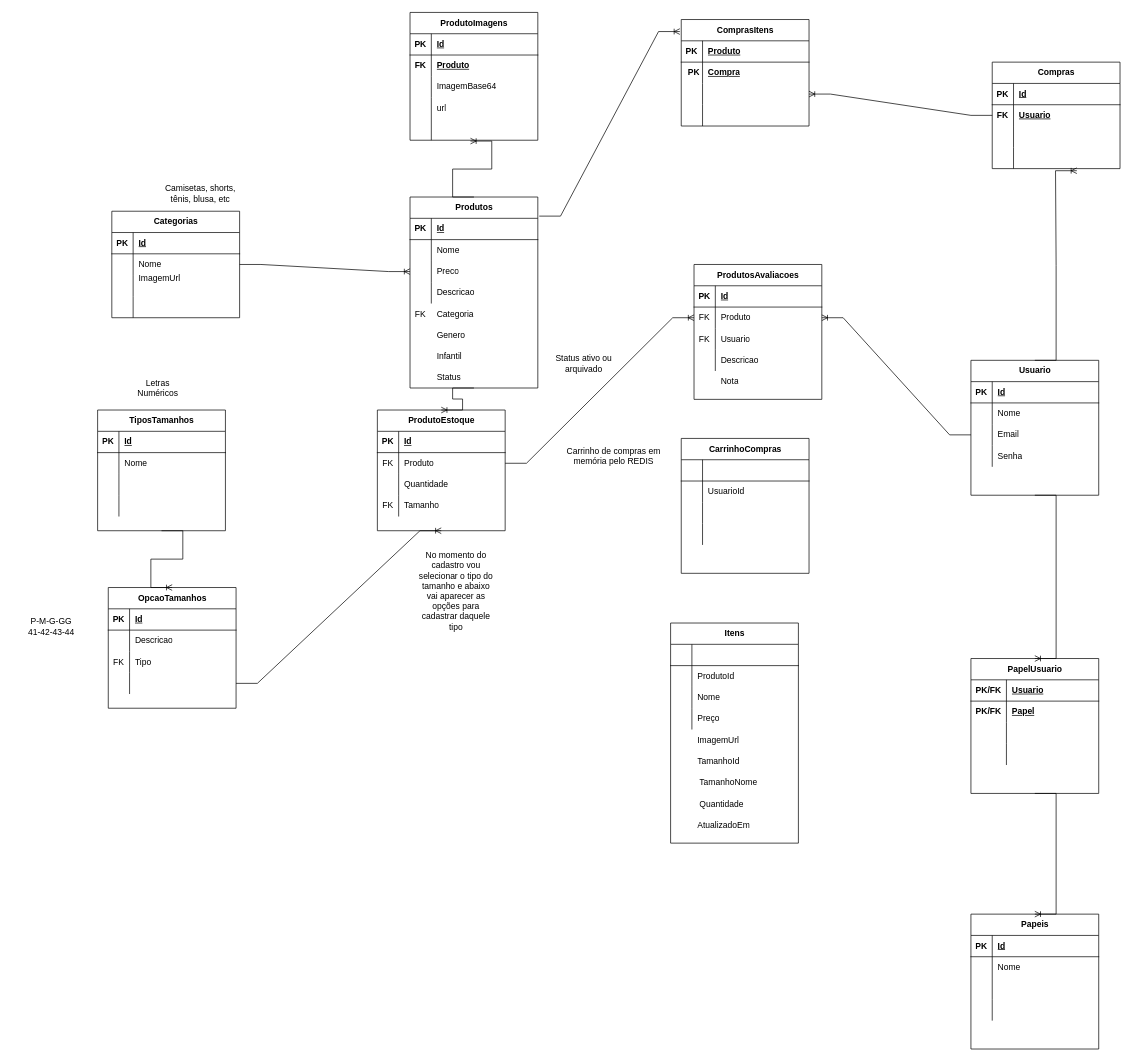
This is DER.drawio from Antonio-Zago/EcommerceModelo, a draw.io file, before an edit. Source tidied: cells renumbered, new cells numbered last; positions are measured from the earlier drawing's top-left corner, leaving out a move shared by most shapes. Both pictures are drawn from the tidied source at 71%, with x=0, y=0 at pixel (12, 12).
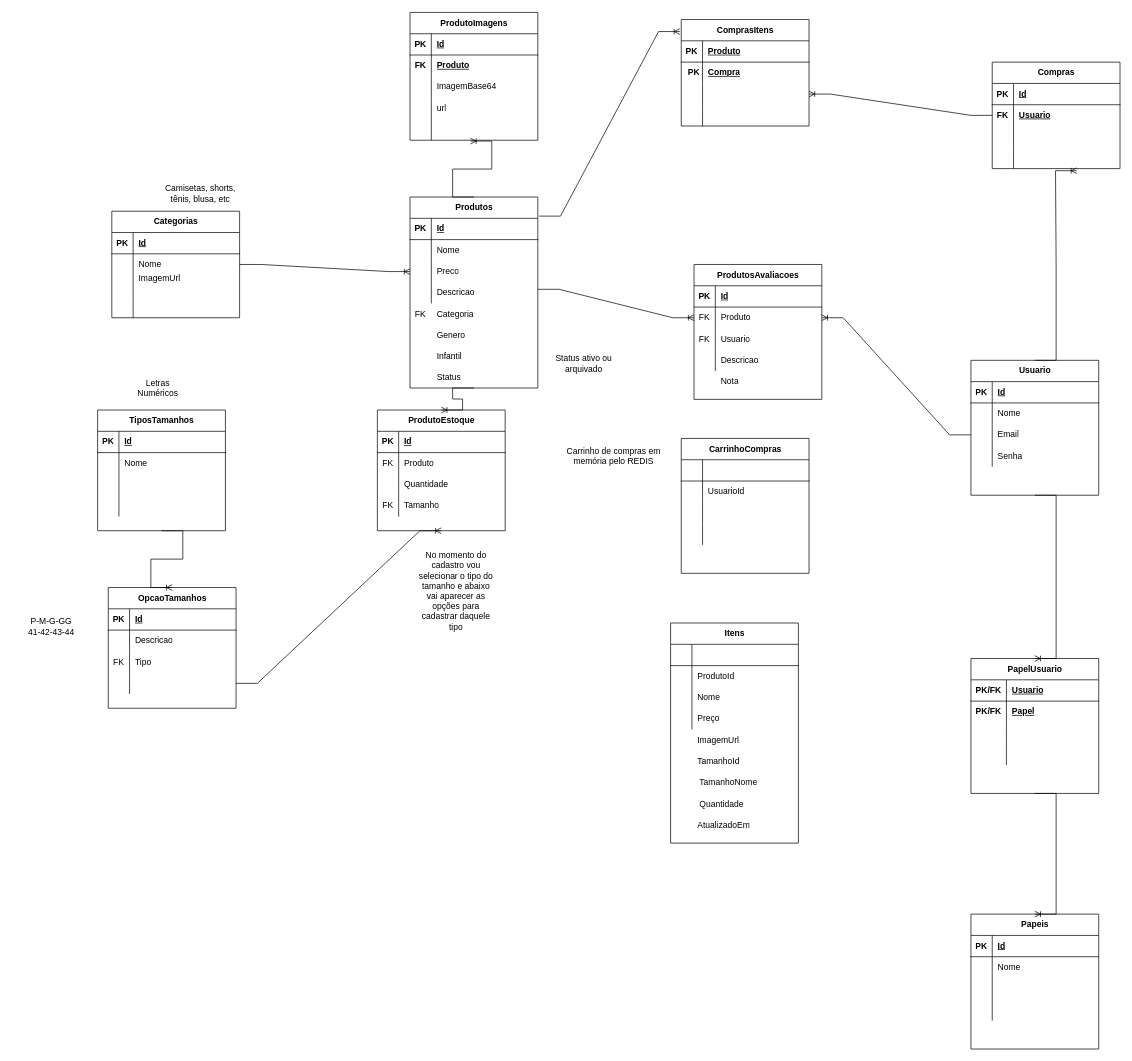
Above is the later version.

Unchanged cells that the change refers to:
```xml
<mxCell id="117" style="shape=tableRow;horizontal=0;startSize=0;swimlaneHead=0;swimlaneBody=0;fillColor=none;points=[[0,0.5],[1,0.5]];portConstraint=eastwest;top=0;left=0;right=0;bottom=0;" parent="113" vertex="1">
  <mxGeometry y="60" width="180" height="30" as="geometry" />
</mxCell>
<mxCell id="219" style="shape=tableRow;horizontal=0;startSize=0;swimlaneHead=0;swimlaneBody=0;fillColor=none;points=[[0,0.5],[1,0.5]];portConstraint=eastwest;top=0;left=0;right=0;bottom=0;" parent="215" vertex="1">
  <mxGeometry y="60" width="180" height="30" as="geometry" />
</mxCell>
```

The edit, as a diff of the source:
```diff
@@
-    <mxCell id="228" style="edgeStyle=entityRelationEdgeStyle;fontSize=12;html=1;endArrow=ERoneToMany;rounded=0;exitX=1;exitY=0.5;exitDx=0;exitDy=0;entryX=0;entryY=0.5;entryDx=0;entryDy=0;" parent="1" edge="1" source="117" target="219">
-      <mxGeometry relative="1" as="geometry" />
+    <mxCell id="228" style="edgeStyle=entityRelationEdgeStyle;fontSize=12;html=1;endArrow=ERoneToMany;rounded=0;entryX=0;entryY=0.5;entryDx=0;entryDy=0;" parent="1" edge="1" target="219">
+      <mxGeometry relative="1" as="geometry">
+        <mxPoint x="740" y="390" as="sourcePoint" />
+      </mxGeometry>
     </mxCell>
```
